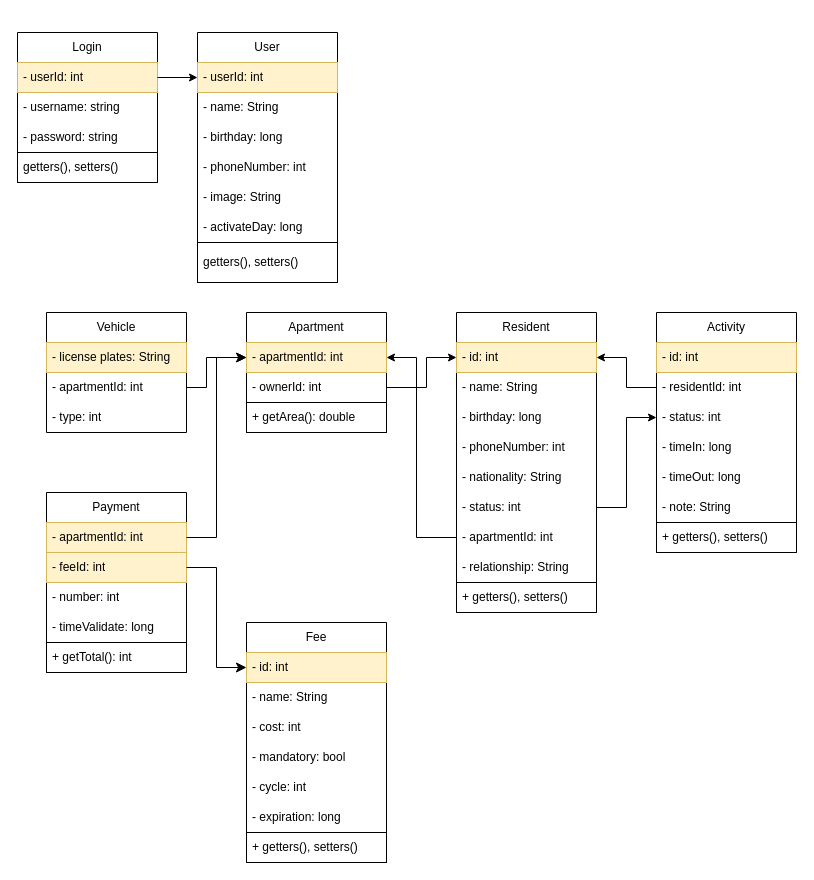
Earlier version of the draw.io diagram sqlChart.drawio (liguang612/ApartmentManagement). Source tidied: cells renumbered, new cells numbered last; positions are measured from the earlier drawing's top-left corner, leaving out a move shared by most shapes. Both pictures are drawn from the tidied source at 100%, with x=0, y=0 at pixel (17, 32).
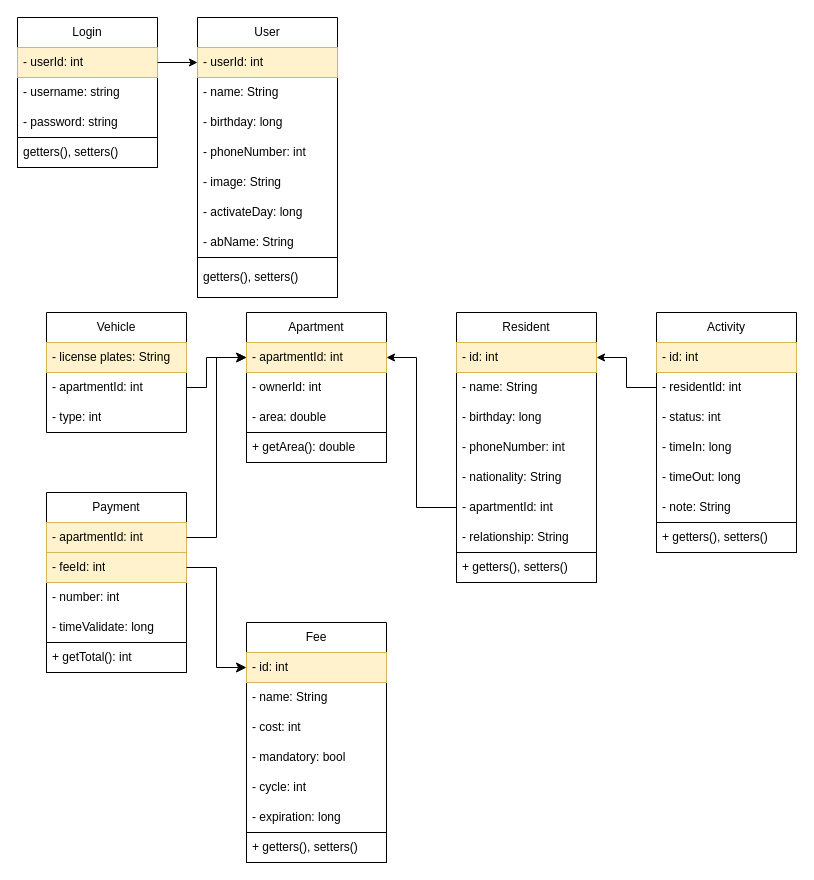
Above is the later version.

The change refers to these unchanged cells:
```xml
<mxCell id="19" value="- apartmentId: int" style="text;strokeColor=#d6b656;fillColor=#fff2cc;align=left;verticalAlign=middle;spacingLeft=4;spacingRight=4;overflow=hidden;points=[[0,0.5],[1,0.5]];portConstraint=eastwest;whiteSpace=wrap;html=1;fontColor=#000000;" parent="18" vertex="1">
  <mxGeometry y="30" width="140" height="30" as="geometry" />
</mxCell>
<mxCell id="20" value="- ownerId: int" style="text;strokeColor=none;fillColor=none;align=left;verticalAlign=middle;spacingLeft=4;spacingRight=4;overflow=hidden;points=[[0,0.5],[1,0.5]];portConstraint=eastwest;whiteSpace=wrap;html=1;" parent="18" vertex="1">
  <mxGeometry y="60" width="140" height="30" as="geometry" />
</mxCell>
<mxCell id="24" value="- id: int" style="text;strokeColor=#d6b656;fillColor=#fff2cc;align=left;verticalAlign=middle;spacingLeft=4;spacingRight=4;overflow=hidden;points=[[0,0.5],[1,0.5]];portConstraint=eastwest;whiteSpace=wrap;html=1;fontColor=#000000;" parent="23" vertex="1">
  <mxGeometry y="30" width="140" height="30" as="geometry" />
</mxCell>
<mxCell id="39" value="- status: int" style="text;strokeColor=none;fillColor=none;align=left;verticalAlign=middle;spacingLeft=4;spacingRight=4;overflow=hidden;points=[[0,0.5],[1,0.5]];portConstraint=eastwest;whiteSpace=wrap;html=1;" parent="36" vertex="1">
  <mxGeometry y="90" width="140" height="30" as="geometry" />
</mxCell>
```

Change to the diagram source:
```diff
@@
     <mxCell id="2" value="Login" style="swimlane;fontStyle=0;horizontal=1;startSize=30;whiteSpace=wrap;html=1;" parent="1" vertex="1">
-      <mxGeometry width="140" height="150" as="geometry" />
+      <mxGeometry y="-15" width="140" height="150" as="geometry" />
     </mxCell>
@@
     <mxCell id="8" value="User" style="swimlane;fontStyle=0;horizontal=1;startSize=30;whiteSpace=wrap;html=1;" parent="1" vertex="1">
-      <mxGeometry x="180" width="140" height="250" as="geometry" />
+      <mxGeometry x="180" y="-15" width="140" height="280" as="geometry" />
     </mxCell>
@@
+    <mxCell id="70" value="- abName: String&lt;br&gt;" style="text;strokeColor=none;fillColor=none;align=left;verticalAlign=middle;spacingLeft=4;spacingRight=4;overflow=hidden;whiteSpace=wrap;html=1;" parent="8" vertex="1">
+      <mxGeometry y="210" width="140" height="30" as="geometry" />
+    </mxCell>
     <mxCell id="15" style="swimlane;startSize=0;" parent="8" vertex="1">
-      <mxGeometry y="210" width="140" height="40" as="geometry" />
+      <mxGeometry y="240" width="140" height="40" as="geometry" />
     </mxCell>
@@
     <mxCell id="18" value="Apartment" style="swimlane;fontStyle=0;horizontal=1;startSize=30;whiteSpace=wrap;html=1;" parent="1" vertex="1">
-      <mxGeometry x="229" y="280" width="140" height="120" as="geometry" />
+      <mxGeometry x="229" y="280" width="140" height="150" as="geometry" />
     </mxCell>
@@
+    <mxCell id="71" value="- area: double" style="text;strokeColor=none;fillColor=none;align=left;verticalAlign=middle;spacingLeft=4;spacingRight=4;overflow=hidden;whiteSpace=wrap;html=1;" parent="18" vertex="1">
+      <mxGeometry y="90" width="140" height="30" as="geometry" />
+    </mxCell>
     <mxCell id="21" style="swimlane;startSize=0;" parent="18" vertex="1">
-      <mxGeometry y="90" width="140" height="30" as="geometry" />
+      <mxGeometry y="120" width="140" height="30" as="geometry" />
     </mxCell>
@@
     <mxCell id="23" value="Resident" style="swimlane;fontStyle=0;horizontal=1;startSize=30;whiteSpace=wrap;html=1;" parent="1" vertex="1">
-      <mxGeometry x="439" y="280" width="140" height="300" as="geometry" />
+      <mxGeometry x="439" y="280" width="140" height="270" as="geometry" />
     </mxCell>
@@
-    <mxCell id="29" value="- status: int" style="text;strokeColor=none;fillColor=none;align=left;verticalAlign=middle;spacingLeft=4;spacingRight=4;overflow=hidden;points=[[0,0.5],[1,0.5]];portConstraint=eastwest;whiteSpace=wrap;html=1;" parent="23" vertex="1">
-      <mxGeometry y="180" width="140" height="30" as="geometry" />
-    </mxCell>
     <mxCell id="30" value="- apartmentId: int" style="text;strokeColor=none;fillColor=none;align=left;verticalAlign=middle;spacingLeft=4;spacingRight=4;overflow=hidden;points=[[0,0.5],[1,0.5]];portConstraint=eastwest;whiteSpace=wrap;html=1;" parent="23" vertex="1">
-      <mxGeometry y="210" width="140" height="30" as="geometry" />
+      <mxGeometry y="180" width="140" height="30" as="geometry" />
     </mxCell>
     <mxCell id="31" value="- relationship: String" style="text;strokeColor=none;fillColor=none;align=left;verticalAlign=middle;spacingLeft=4;spacingRight=4;overflow=hidden;whiteSpace=wrap;html=1;" parent="23" vertex="1">
-      <mxGeometry y="240" width="140" height="30" as="geometry" />
+      <mxGeometry y="210" width="140" height="30" as="geometry" />
     </mxCell>
     <mxCell id="32" style="swimlane;startSize=0;" parent="23" vertex="1">
-      <mxGeometry y="270" width="140" height="30" as="geometry" />
+      <mxGeometry y="240" width="140" height="30" as="geometry" />
     </mxCell>
@@
-    <mxCell id="34" style="edgeStyle=orthogonalEdgeStyle;rounded=0;jettySize=auto;html=1;entryX=0;entryY=0.5;entryDx=0;entryDy=0;exitX=1;exitY=0.5;exitDx=0;exitDy=0;" parent="1" edge="1" source="20" target="24">
-      <mxGeometry relative="1" as="geometry">
-        <Array as="points">
-          <mxPoint x="409" y="355" />
-          <mxPoint x="409" y="325" />
-        </Array>
-      </mxGeometry>
-    </mxCell>
-    <mxCell id="35" style="edgeStyle=orthogonalEdgeStyle;rounded=0;jettySize=auto;html=1;entryX=1;entryY=0.5;entryDx=0;entryDy=0;" parent="1" edge="1" source="30" target="19">
+    <mxCell id="35" style="edgeStyle=orthogonalEdgeStyle;rounded=0;jettySize=auto;html=1;entryX=1;entryY=0.5;entryDx=0;entryDy=0;exitX=0;exitY=0.5;exitDx=0;exitDy=0;" parent="1" edge="1" source="30" target="19">
       <mxGeometry relative="1" as="geometry">
         <Array as="points">
-          <mxPoint x="399" y="505" />
+          <mxPoint x="399" y="475" />
           <mxPoint x="399" y="325" />
         </Array>
       </mxGeometry>
     </mxCell>
@@
-    <mxCell id="46" style="edgeStyle=orthogonalEdgeStyle;rounded=0;jettySize=auto;html=1;entryX=0;entryY=0.5;entryDx=0;entryDy=0;" parent="1" edge="1" source="29" target="39">
-      <mxGeometry relative="1" as="geometry" />
-    </mxCell>
```
